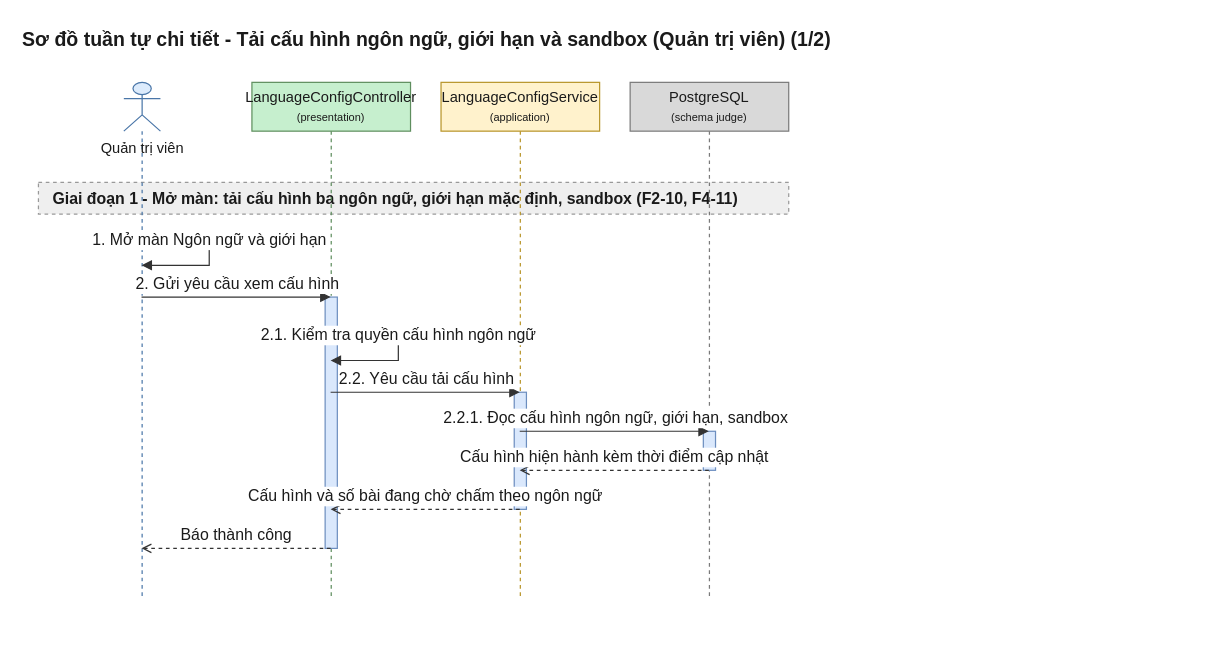
Above: 08-diagram/sequence/admin/sequence_admin_cau_hinh_ngon_ngu_gioi_han_p1.drawio in daiphu1801/PRJ_ALGOPREP (draw.io), before the change. Source tidied: cells renumbered, new cells numbered last; positions are measured from the earlier drawing's top-left corner, leaving out a move shared by most shapes. Both pictures are drawn from the tidied source at 122%, with x=0, y=0 at pixel (38, 21).
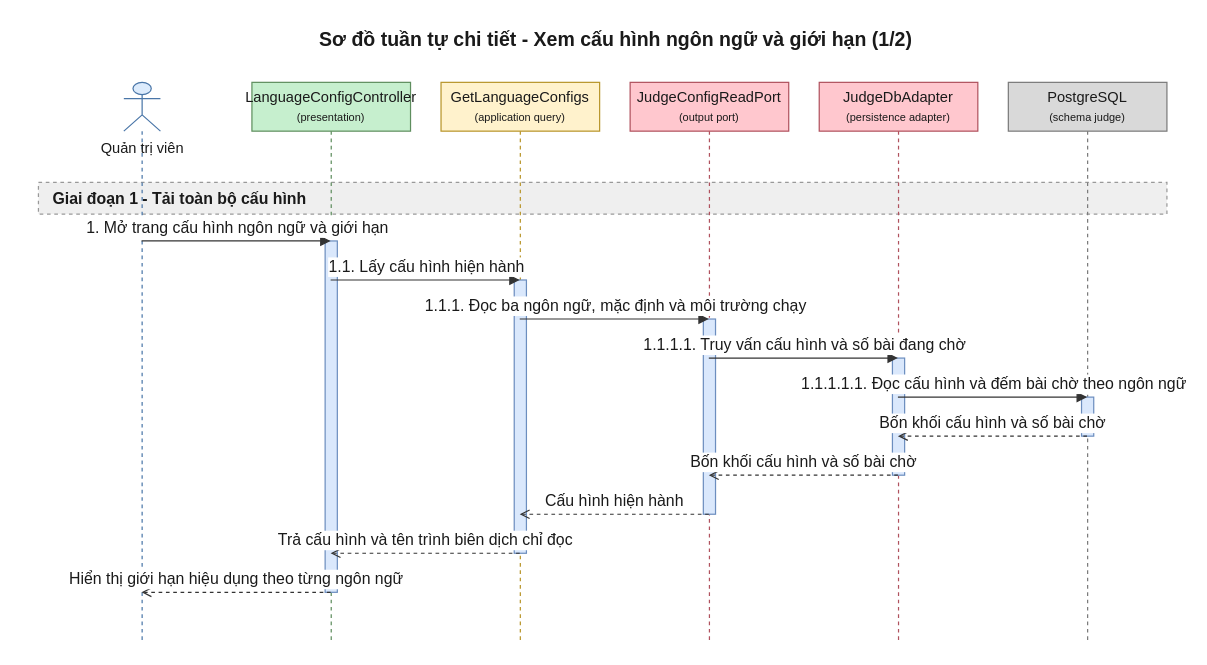
The same diagram, later.

Diff of the diagram source:
```diff
@@
-    <mxCell id="2" value="Sơ đồ tuần tự chi tiết - Tải cấu hình ngôn ngữ, giới hạn và sandbox (Quản trị viên) (1/2)" style="text;html=1;fontSize=16;fontStyle=1;align=center;verticalAlign=middle;fontColor=#1A1A1A;" parent="1" vertex="1">
-      <mxGeometry x="20" width="595" height="30" as="geometry" />
+    <mxCell id="2" value="Sơ đồ tuần tự chi tiết - Xem cấu hình ngôn ngữ và giới hạn (1/2)" style="text;html=1;fontSize=16;fontStyle=1;align=center;verticalAlign=middle;fontColor=#1A1A1A;" parent="1" vertex="1">
+      <mxGeometry x="20" width="905" height="30" as="geometry" />
     </mxCell>
-    <mxCell id="3" value="Giai đoạn 1 - Mở màn: tải cấu hình ba ngôn ngữ, giới hạn mặc định, sandbox (F2-10, F4-11)" style="algoprep=phase;rounded=0;whiteSpace=wrap;html=1;fillColor=#EFEFEF;strokeColor=#999999;dashed=1;align=left;verticalAlign=middle;spacingLeft=10;fontColor=#1A1A1A;fontSize=13;fontStyle=1;" parent="1" vertex="1">
-      <mxGeometry y="132" width="615" height="26" as="geometry" />
+    <mxCell id="3" value="Giai đoạn 1 - Tải toàn bộ cấu hình" style="algoprep=phase;rounded=0;whiteSpace=wrap;html=1;fillColor=#EFEFEF;strokeColor=#999999;dashed=1;align=left;verticalAlign=middle;spacingLeft=10;fontColor=#1A1A1A;fontSize=13;fontStyle=1;" parent="1" vertex="1">
+      <mxGeometry y="132" width="925" height="26" as="geometry" />
     </mxCell>
     <mxCell id="4" value="Quản trị viên" style="shape=umlLifeline;participant=umlActor;perimeter=lifelinePerimeter;html=1;outlineConnect=0;size=40;verticalAlign=top;spacingTop=40;fillColor=#DCEBFC;strokeColor=#4A76A8;fontColor=#1A1A1A;" parent="1" vertex="1">
-      <mxGeometry x="70" y="50" width="30" height="424" as="geometry" />
+      <mxGeometry x="70" y="50" width="30" height="460" as="geometry" />
     </mxCell>
     <mxCell id="5" value="LanguageConfigController&lt;br&gt;&lt;font style=&quot;font-size:9px&quot;&gt;(presentation)&lt;/font&gt;" style="shape=umlLifeline;perimeter=lifelinePerimeter;whiteSpace=wrap;html=1;outlineConnect=0;size=40;fillColor=#C6EFCE;strokeColor=#5E8E5E;fontColor=#1A1A1A;" parent="1" vertex="1">
-      <mxGeometry x="175" y="50" width="130" height="424" as="geometry" />
+      <mxGeometry x="175" y="50" width="130" height="460" as="geometry" />
     </mxCell>
-    <mxCell id="6" value="LanguageConfigService&lt;br&gt;&lt;font style=&quot;font-size:9px&quot;&gt;(application)&lt;/font&gt;" style="shape=umlLifeline;perimeter=lifelinePerimeter;whiteSpace=wrap;html=1;outlineConnect=0;size=40;fillColor=#FFF2CC;strokeColor=#B8952A;fontColor=#1A1A1A;" parent="1" vertex="1">
-      <mxGeometry x="330" y="50" width="130" height="424" as="geometry" />
+    <mxCell id="6" value="GetLanguageConfigs&lt;br&gt;&lt;font style=&quot;font-size:9px&quot;&gt;(application query)&lt;/font&gt;" style="shape=umlLifeline;perimeter=lifelinePerimeter;whiteSpace=wrap;html=1;outlineConnect=0;size=40;fillColor=#FFF2CC;strokeColor=#B8952A;fontColor=#1A1A1A;" parent="1" vertex="1">
+      <mxGeometry x="330" y="50" width="130" height="460" as="geometry" />
     </mxCell>
-    <mxCell id="7" value="PostgreSQL&lt;br&gt;&lt;font style=&quot;font-size:9px&quot;&gt;(schema judge)&lt;/font&gt;" style="shape=umlLifeline;perimeter=lifelinePerimeter;whiteSpace=wrap;html=1;outlineConnect=0;size=40;fillColor=#D9D9D9;strokeColor=#7A7A7A;fontColor=#1A1A1A;" parent="1" vertex="1">
-      <mxGeometry x="485" y="50" width="130" height="424" as="geometry" />
+    <mxCell id="7" value="JudgeConfigReadPort&lt;br&gt;&lt;font style=&quot;font-size:9px&quot;&gt;(output port)&lt;/font&gt;" style="shape=umlLifeline;perimeter=lifelinePerimeter;whiteSpace=wrap;html=1;outlineConnect=0;size=40;fillColor=#FFC7CE;strokeColor=#B0525E;fontColor=#1A1A1A;" parent="1" vertex="1">
+      <mxGeometry x="485" y="50" width="130" height="460" as="geometry" />
     </mxCell>
-    <mxCell id="8" style="html=1;points=[[0,0,0,0,0],[0,1,0,0,0],[1,0,0,0,0],[1,1,0,0,0]];perimeter=orthogonalPerimeter;outlineConnect=0;targetShapes=umlLifeline;fillColor=#DAE8FC;strokeColor=#6C8EBF;" parent="7" vertex="1">
-      <mxGeometry x="60" y="286" width="10" height="32" as="geometry" />
+    <mxCell id="8" value="JudgeDbAdapter&lt;br&gt;&lt;font style=&quot;font-size:9px&quot;&gt;(persistence adapter)&lt;/font&gt;" style="shape=umlLifeline;perimeter=lifelinePerimeter;whiteSpace=wrap;html=1;outlineConnect=0;size=40;fillColor=#FFC7CE;strokeColor=#B0525E;fontColor=#1A1A1A;" parent="1" vertex="1">
+      <mxGeometry x="640" y="50" width="130" height="460" as="geometry" />
     </mxCell>
-    <mxCell id="9" style="html=1;points=[[0,0,0,0,0],[0,1,0,0,0],[1,0,0,0,0],[1,1,0,0,0]];perimeter=orthogonalPerimeter;outlineConnect=0;targetShapes=umlLifeline;fillColor=#DAE8FC;strokeColor=#6C8EBF;" parent="6" vertex="1">
-      <mxGeometry x="60" y="254" width="10" height="96" as="geometry" />
+    <mxCell id="9" value="PostgreSQL&lt;br&gt;&lt;font style=&quot;font-size:9px&quot;&gt;(schema judge)&lt;/font&gt;" style="shape=umlLifeline;perimeter=lifelinePerimeter;whiteSpace=wrap;html=1;outlineConnect=0;size=40;fillColor=#D9D9D9;strokeColor=#7A7A7A;fontColor=#1A1A1A;" parent="1" vertex="1">
+      <mxGeometry x="795" y="50" width="130" height="460" as="geometry" />
     </mxCell>
-    <mxCell id="10" style="html=1;perimeter=orthogonalPerimeter;targetShapes=umlLifeline;fillColor=#DAE8FC;strokeColor=#6C8EBF;" parent="5" vertex="1">
-      <mxGeometry x="60" y="176" width="10" height="206" as="geometry" />
+    <mxCell id="10" style="html=1;perimeter=orthogonalPerimeter;targetShapes=umlLifeline;fillColor=#DAE8FC;strokeColor=#6C8EBF;" parent="9" vertex="1">
+      <mxGeometry x="60" y="258" width="10" height="32" as="geometry" />
     </mxCell>
-    <mxCell id="11" value="1. Mở màn Ngôn ngữ và giới hạn" style="edgeStyle=orthogonalEdgeStyle;rounded=0;html=1;endArrow=block;endFill=1;strokeColor=#333333;fontColor=#1A1A1A;fontSize=13;verticalAlign=bottom;exitX=0.5;exitY=0.3066;exitDx=0;exitDy=0;entryX=0.5;entryY=0.3538;entryDx=0;entryDy=0;" parent="1" edge="1" source="4" target="4">
-      <mxGeometry relative="1" as="geometry">
-        <Array as="points">
-          <mxPoint x="140" y="180" />
-          <mxPoint x="140" y="200" />
-        </Array>
-      </mxGeometry>
-    </mxCell>
-    <mxCell id="12" value="2. Gửi yêu cầu xem cấu hình" style="edgeStyle=none;html=1;endArrow=block;endFill=1;strokeColor=#333333;fontColor=#1A1A1A;fontSize=13;verticalAlign=bottom;exitX=0.5;exitY=0.4151;exitDx=0;exitDy=0;entryX=0.5;entryY=0.4151;entryDx=0;entryDy=0;" parent="1" edge="1" source="4" target="5">
-      <mxGeometry relative="1" as="geometry" />
-    </mxCell>
-    <mxCell id="13" value="2.1. Kiểm tra quyền cấu hình ngôn ngữ" style="edgeStyle=orthogonalEdgeStyle;rounded=0;html=1;endArrow=block;endFill=1;strokeColor=#333333;fontColor=#1A1A1A;fontSize=13;verticalAlign=bottom;exitX=0.5;exitY=0.4906;exitDx=0;exitDy=0;entryX=0.5;entryY=0.5377;entryDx=0;entryDy=0;" parent="1" edge="1" source="5" target="5">
-      <mxGeometry relative="1" as="geometry">
-        <Array as="points">
-          <mxPoint x="295" y="258" />
-          <mxPoint x="295" y="278" />
-        </Array>
-      </mxGeometry>
-    </mxCell>
-    <mxCell id="14" value="2.2. Yêu cầu tải cấu hình" style="edgeStyle=none;html=1;endArrow=block;endFill=1;strokeColor=#333333;fontColor=#1A1A1A;fontSize=13;verticalAlign=bottom;exitX=0.5;exitY=0.5991;exitDx=0;exitDy=0;entryX=0.5;entryY=0.5991;entryDx=0;entryDy=0;" parent="1" edge="1" source="5" target="6">
-      <mxGeometry relative="1" as="geometry" />
-    </mxCell>
+    <mxCell id="19" style="html=1;perimeter=orthogonalPerimeter;targetShapes=umlLifeline;fillColor=#DAE8FC;strokeColor=#6C8EBF;" parent="8" vertex="1">
+      <mxGeometry x="60" y="226" width="10" height="96" as="geometry" />
+    </mxCell>
+    <mxCell id="20" style="html=1;perimeter=orthogonalPerimeter;targetShapes=umlLifeline;fillColor=#DAE8FC;strokeColor=#6C8EBF;" parent="7" vertex="1">
+      <mxGeometry x="60" y="194" width="10" height="160" as="geometry" />
+    </mxCell>
+    <mxCell id="21" style="html=1;perimeter=orthogonalPerimeter;targetShapes=umlLifeline;fillColor=#DAE8FC;strokeColor=#6C8EBF;" parent="6" vertex="1">
+      <mxGeometry x="60" y="162" width="10" height="224" as="geometry" />
+    </mxCell>
+    <mxCell id="22" style="html=1;perimeter=orthogonalPerimeter;targetShapes=umlLifeline;fillColor=#DAE8FC;strokeColor=#6C8EBF;" parent="5" vertex="1">
+      <mxGeometry x="60" y="130" width="10" height="288" as="geometry" />
+    </mxCell>
-    <mxCell id="15" value="2.2.1. Đọc cấu hình ngôn ngữ, giới hạn, sandbox" style="edgeStyle=none;html=1;endArrow=block;endFill=1;strokeColor=#333333;fontColor=#1A1A1A;fontSize=13;verticalAlign=bottom;exitX=0.5;exitY=0.6745;exitDx=0;exitDy=0;entryX=0.5;entryY=0.6745;entryDx=0;entryDy=0;" parent="1" edge="1" source="6" target="7">
+    <mxCell id="15" value="1. Mở trang cấu hình ngôn ngữ và giới hạn" style="edgeStyle=none;html=1;endArrow=block;endFill=1;strokeColor=#333333;fontColor=#1A1A1A;fontSize=13;verticalAlign=bottom;exitX=0.5;exitY=0.2826;exitDx=0;exitDy=0;entryX=0.5;entryY=0.2826;entryDx=0;entryDy=0;" parent="1" edge="1" source="4" target="5">
       <mxGeometry relative="1" as="geometry" />
     </mxCell>
-    <mxCell id="16" value="Cấu hình hiện hành kèm thời điểm cập nhật" style="edgeStyle=none;html=1;endArrow=open;endFill=0;dashed=1;strokeColor=#333333;fontColor=#1A1A1A;fontSize=13;verticalAlign=bottom;exitX=0.5;exitY=0.7500;exitDx=0;exitDy=0;entryX=0.5;entryY=0.7500;entryDx=0;entryDy=0;" parent="1" edge="1" source="7" target="6">
+    <mxCell id="16" value="1.1. Lấy cấu hình hiện hành" style="edgeStyle=none;html=1;endArrow=block;endFill=1;strokeColor=#333333;fontColor=#1A1A1A;fontSize=13;verticalAlign=bottom;exitX=0.5;exitY=0.3522;exitDx=0;exitDy=0;entryX=0.5;entryY=0.3522;entryDx=0;entryDy=0;" parent="1" edge="1" source="5" target="6">
       <mxGeometry relative="1" as="geometry" />
     </mxCell>
-    <mxCell id="17" value="Cấu hình và số bài đang chờ chấm theo ngôn ngữ" style="edgeStyle=none;html=1;endArrow=open;endFill=0;dashed=1;strokeColor=#333333;fontColor=#1A1A1A;fontSize=13;verticalAlign=bottom;exitX=0.5;exitY=0.8255;exitDx=0;exitDy=0;entryX=0.5;entryY=0.8255;entryDx=0;entryDy=0;" parent="1" edge="1" source="6" target="5">
+    <mxCell id="17" value="1.1.1. Đọc ba ngôn ngữ, mặc định và môi trường chạy" style="edgeStyle=none;html=1;endArrow=block;endFill=1;strokeColor=#333333;fontColor=#1A1A1A;fontSize=13;verticalAlign=bottom;exitX=0.5;exitY=0.4217;exitDx=0;exitDy=0;entryX=0.5;entryY=0.4217;entryDx=0;entryDy=0;" parent="1" edge="1" source="6" target="7">
       <mxGeometry relative="1" as="geometry" />
     </mxCell>
-    <mxCell id="18" value="Báo thành công" style="edgeStyle=none;html=1;endArrow=open;endFill=0;dashed=1;strokeColor=#333333;fontColor=#1A1A1A;fontSize=13;verticalAlign=bottom;exitX=0.5;exitY=0.9009;exitDx=0;exitDy=0;entryX=0.5;entryY=0.9009;entryDx=0;entryDy=0;" parent="1" edge="1" source="5" target="4">
+    <mxCell id="18" value="1.1.1.1. Truy vấn cấu hình và số bài đang chờ" style="edgeStyle=none;html=1;endArrow=block;endFill=1;strokeColor=#333333;fontColor=#1A1A1A;fontSize=13;verticalAlign=bottom;exitX=0.5;exitY=0.4913;exitDx=0;exitDy=0;entryX=0.5;entryY=0.4913;entryDx=0;entryDy=0;" parent="1" edge="1" source="7" target="8">
       <mxGeometry relative="1" as="geometry" />
     </mxCell>
+    <mxCell id="23" value="1.1.1.1.1. Đọc cấu hình và đếm bài chờ theo ngôn ngữ" style="edgeStyle=none;html=1;endArrow=block;endFill=1;strokeColor=#333333;fontColor=#1A1A1A;fontSize=13;verticalAlign=bottom;exitX=0.5;exitY=0.5609;exitDx=0;exitDy=0;entryX=0.5;entryY=0.5609;entryDx=0;entryDy=0;" parent="1" edge="1" source="8" target="9">
+      <mxGeometry relative="1" as="geometry" />
+    </mxCell>
+    <mxCell id="24" value="Bốn khối cấu hình và số bài chờ" style="edgeStyle=none;html=1;endArrow=open;endFill=0;dashed=1;strokeColor=#333333;fontColor=#1A1A1A;fontSize=13;verticalAlign=bottom;exitX=0.5;exitY=0.6304;exitDx=0;exitDy=0;entryX=0.5;entryY=0.6304;entryDx=0;entryDy=0;" parent="1" edge="1" source="9" target="8">
+      <mxGeometry relative="1" as="geometry" />
+    </mxCell>
+    <mxCell id="25" value="Bốn khối cấu hình và số bài chờ" style="edgeStyle=none;html=1;endArrow=open;endFill=0;dashed=1;strokeColor=#333333;fontColor=#1A1A1A;fontSize=13;verticalAlign=bottom;exitX=0.5;exitY=0.7000;exitDx=0;exitDy=0;entryX=0.5;entryY=0.7000;entryDx=0;entryDy=0;" parent="1" edge="1" source="8" target="7">
+      <mxGeometry relative="1" as="geometry" />
+    </mxCell>
+    <mxCell id="26" value="Cấu hình hiện hành" style="edgeStyle=none;html=1;endArrow=open;endFill=0;dashed=1;strokeColor=#333333;fontColor=#1A1A1A;fontSize=13;verticalAlign=bottom;exitX=0.5;exitY=0.7696;exitDx=0;exitDy=0;entryX=0.5;entryY=0.7696;entryDx=0;entryDy=0;" parent="1" edge="1" source="7" target="6">
+      <mxGeometry relative="1" as="geometry" />
+    </mxCell>
+    <mxCell id="27" value="Trả cấu hình và tên trình biên dịch chỉ đọc" style="edgeStyle=none;html=1;endArrow=open;endFill=0;dashed=1;strokeColor=#333333;fontColor=#1A1A1A;fontSize=13;verticalAlign=bottom;exitX=0.5;exitY=0.8391;exitDx=0;exitDy=0;entryX=0.5;entryY=0.8391;entryDx=0;entryDy=0;" parent="1" edge="1" source="6" target="5">
+      <mxGeometry relative="1" as="geometry" />
+    </mxCell>
+    <mxCell id="28" value="Hiển thị giới hạn hiệu dụng theo từng ngôn ngữ" style="edgeStyle=none;html=1;endArrow=open;endFill=0;dashed=1;strokeColor=#333333;fontColor=#1A1A1A;fontSize=13;verticalAlign=bottom;exitX=0.5;exitY=0.9087;exitDx=0;exitDy=0;entryX=0.5;entryY=0.9087;entryDx=0;entryDy=0;" parent="1" edge="1" source="5" target="4">
+      <mxGeometry relative="1" as="geometry" />
+    </mxCell>
```
